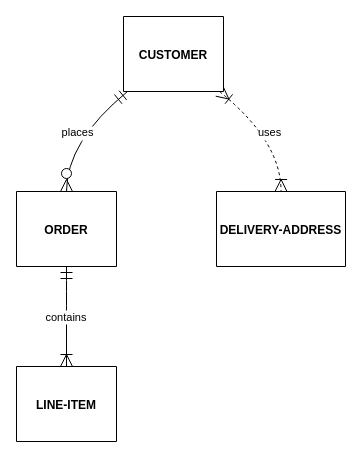
Earlier version of the draw.io diagram pipeline/未命名绘图.drawio (Bing-Chan/bogua). Source tidied: cells renumbered, new cells numbered last; positions are measured from the earlier drawing's top-left corner, leaving out a move shared by most shapes. Both pictures are drawn from the tidied source at 100%, with x=0, y=0 at pixel (16, 16).
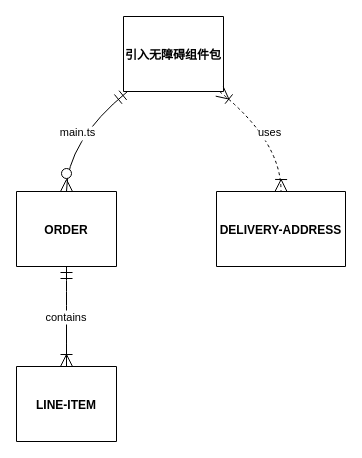
Above is the later version.

Commit message:
更新未命名绘图.drawio

What changed in the source:
```diff
@@
 <mxGraphModel>
   <root>
     <mxCell id="0" />
     <mxCell id="1" parent="0" />
-    <mxCell id="2" value="CUSTOMER" style="shape=table;startSize=75;childLayout=tableLayout;rowLines=1;fontStyle=1;align=center;" parent="1" vertex="1">
+    <mxCell id="2" value="引入无障碍组件包" style="shape=table;startSize=75;childLayout=tableLayout;rowLines=1;fontStyle=1;align=center;" parent="1" vertex="1">
       <mxGeometry x="107" width="100" height="75" as="geometry" />
     </mxCell>
     <mxCell id="3" value="ORDER" style="shape=table;startSize=75;childLayout=tableLayout;rowLines=1;fontStyle=1;align=center;" parent="1" vertex="1">
       <mxGeometry y="175" width="100" height="75" as="geometry" />
     </mxCell>
     <mxCell id="4" value="LINE-ITEM" style="shape=table;startSize=75;childLayout=tableLayout;rowLines=1;fontStyle=1;align=center;" parent="1" vertex="1">
       <mxGeometry y="350" width="100" height="75" as="geometry" />
     </mxCell>
     <mxCell id="5" value="DELIVERY-ADDRESS" style="shape=table;startSize=75;childLayout=tableLayout;rowLines=1;fontStyle=1;align=center;" parent="1" vertex="1">
       <mxGeometry x="200" y="175" width="129" height="75" as="geometry" />
     </mxCell>
-    <mxCell id="6" value="places" style="curved=1;startArrow=ERmandOne;startSize=10;endArrow=ERzeroToMany;endSize=10;exitX=0.04;exitY=1;entryX=0.5;entryY=0;" parent="1" edge="1" source="2" target="3">
-      <mxGeometry relative="1" as="geometry">
+    <mxCell id="6" value="main.ts" style="curved=1;startArrow=ERmandOne;startSize=10;endArrow=ERzeroToMany;endSize=10;exitX=0.04;exitY=1;entryX=0.5;entryY=0;" parent="1" edge="1" source="2" target="3">
+      <mxGeometry x="-0.01" relative="1" as="geometry">
         <Array as="points">
           <mxPoint x="50" y="125" />
         </Array>
       </mxGeometry>
     </mxCell>
     <mxCell id="7" value="contains" style="curved=1;startArrow=ERmandOne;startSize=10;endArrow=ERoneToMany;endSize=10;exitX=0.5;exitY=1;entryX=0.5;entryY=0;" parent="1" edge="1" source="3" target="4">
       <mxGeometry relative="1" as="geometry" />
     </mxCell>
     <mxCell id="8" value="uses" style="curved=1;dashed=1;startArrow=ERoneToMany;startSize=10;endArrow=ERoneToMany;endSize=10;exitX=0.96;exitY=1;entryX=0.5;entryY=0;" parent="1" edge="1" source="2" target="5">
       <mxGeometry relative="1" as="geometry">
         <Array as="points">
           <mxPoint x="265" y="125" />
         </Array>
       </mxGeometry>
     </mxCell>
   </root>
 </mxGraphModel>
```
